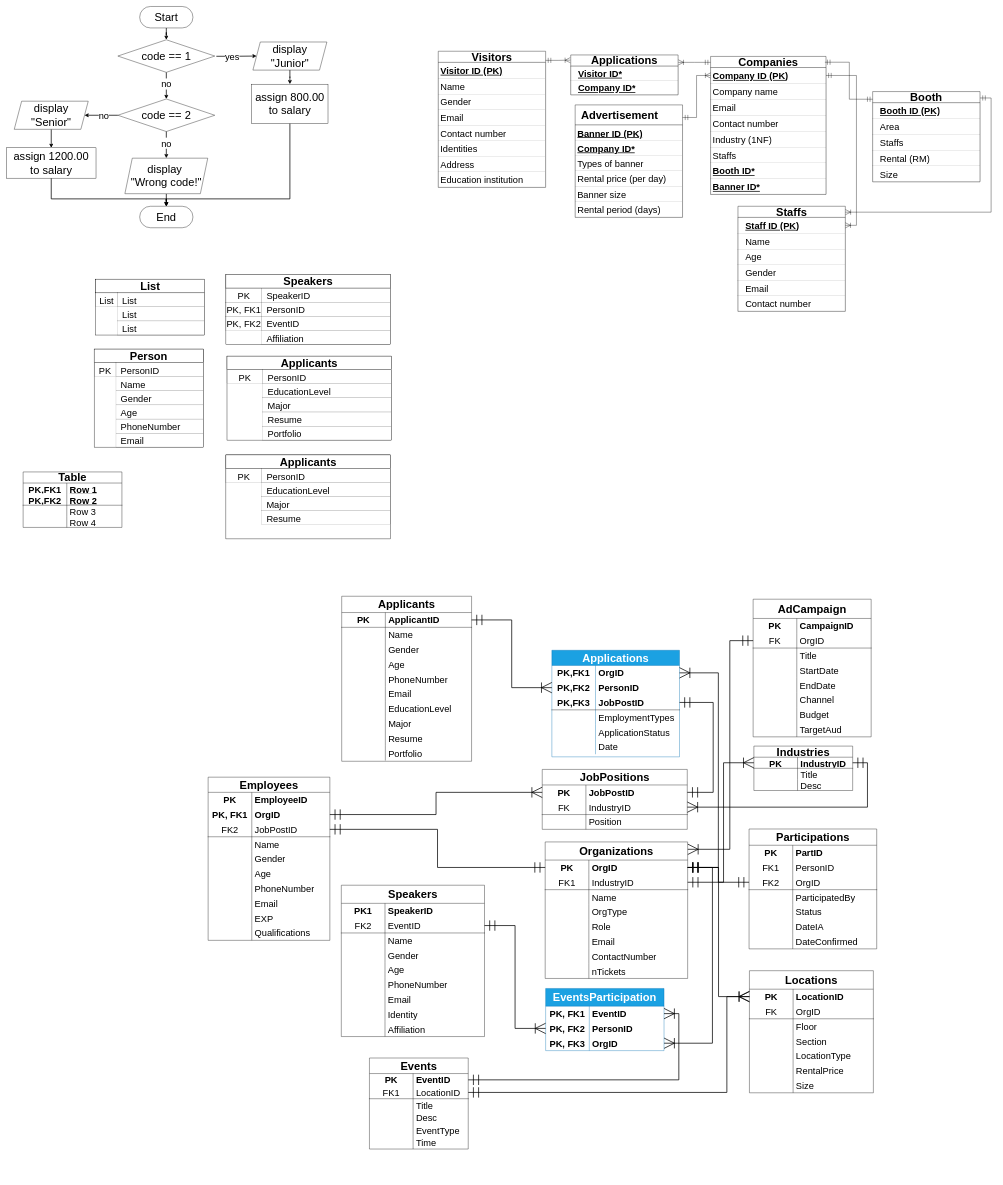
Above: ERD BMCS1053 asg.drawio in twelve0dev9/BMCS1053-asg (draw.io), before the change. Source tidied: cells renumbered, new cells numbered last; positions are measured from the earlier drawing's top-left corner, leaving out a move shared by most shapes. Both pictures are drawn from the tidied source at 37%, with x=0, y=0 at pixel (6, 6).
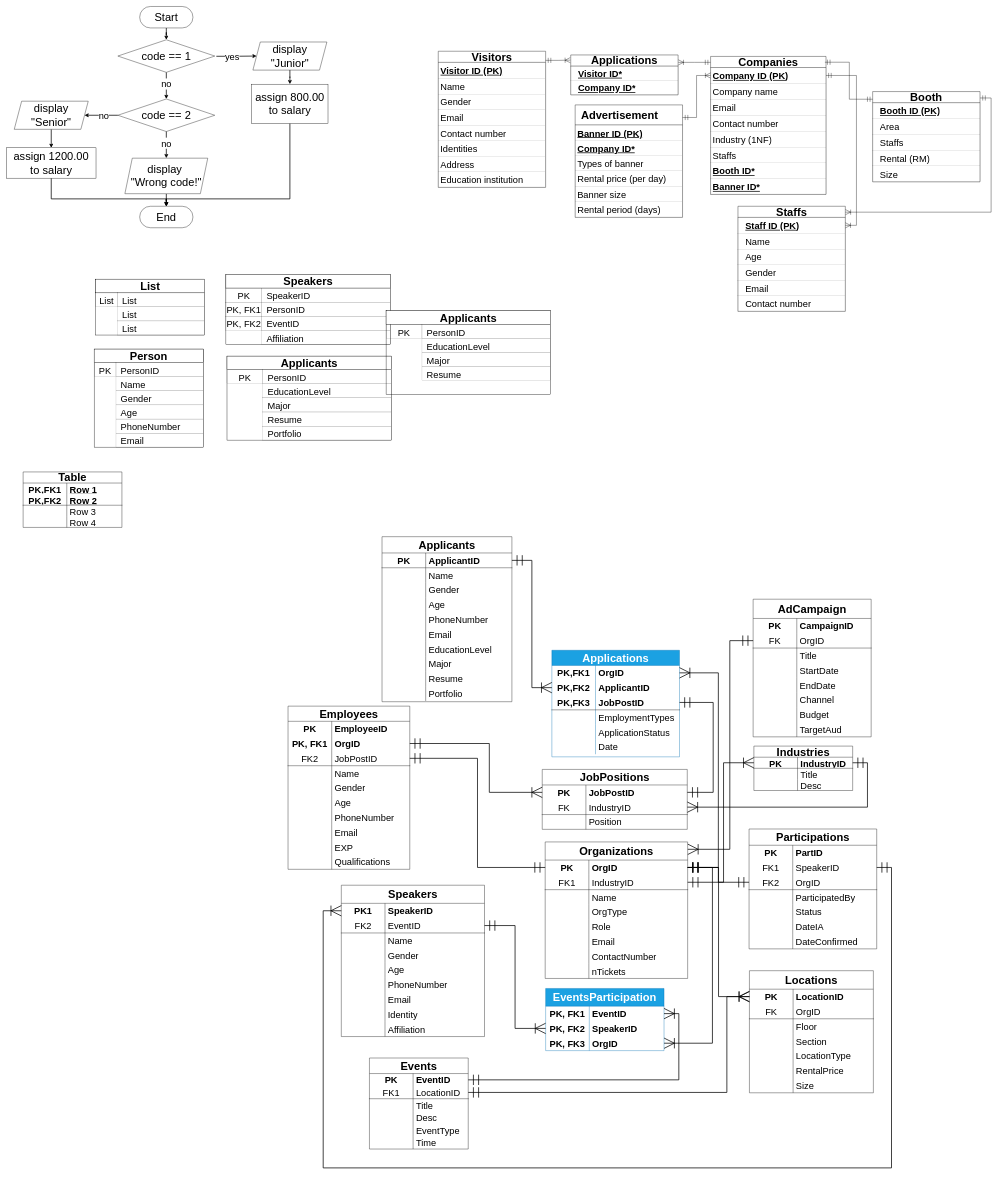
After the change.

Commit message (it also covers changes not shown here):
ERD update | SQL script update for the new entities setup

The change refers to these unchanged cells:
```xml
<mxCell id="115" style="shape=tableRow;horizontal=0;startSize=0;swimlaneHead=0;swimlaneBody=0;fillColor=none;points=[[0,0.5],[1,0.5]];portConstraint=eastwest;top=0;left=0;right=0;bottom=0;html=1;fontSize=30;" parent="114" vertex="1">
  <mxGeometry y="49" width="387" height="40" as="geometry" />
</mxCell>
<mxCell id="190" style="shape=tableRow;horizontal=0;startSize=0;swimlaneHead=0;swimlaneBody=0;fillColor=none;points=[[0,0.5],[1,0.5]];portConstraint=eastwest;top=0;left=0;right=0;bottom=0;html=1;fontSize=30;fontStyle=0;" parent="186" vertex="1">
  <mxGeometry y="81" width="329" height="40" as="geometry" />
</mxCell>
<mxCell id="231" style="shape=tableRow;horizontal=0;startSize=0;swimlaneHead=0;swimlaneBody=0;fillColor=none;points=[[0,0.5],[1,0.5]];portConstraint=eastwest;top=0;left=0;right=0;bottom=0;html=1;fontSize=30;fontStyle=0;" parent="227" vertex="1">
  <mxGeometry y="81" width="345" height="40" as="geometry" />
</mxCell>
<mxCell id="250" style="shape=tableRow;horizontal=0;startSize=0;swimlaneHead=0;swimlaneBody=0;fillColor=none;points=[[0,0.5],[1,0.5]];portConstraint=eastwest;top=0;left=0;right=0;bottom=0;html=1;fontSize=30;fontStyle=0;" parent="246" vertex="1">
  <mxGeometry y="84" width="345" height="40" as="geometry" />
</mxCell>
<mxCell id="344" style="shape=tableRow;horizontal=0;startSize=0;swimlaneHead=0;swimlaneBody=0;fillColor=none;points=[[0,0.5],[1,0.5]];portConstraint=eastwest;top=0;left=0;right=0;bottom=0;html=1;fontSize=30;" parent="343" vertex="1">
  <mxGeometry y="42" width="392" height="40" as="geometry" />
</mxCell>
<mxCell id="384" style="shape=tableRow;horizontal=0;startSize=0;swimlaneHead=0;swimlaneBody=0;fillColor=none;points=[[0,0.5],[1,0.5]];portConstraint=eastwest;top=0;left=0;right=0;bottom=0;html=1;fontSize=30;" parent="380" vertex="1">
  <mxGeometry y="88" width="320" height="40" as="geometry" />
</mxCell>
```

What changed in the source:
```diff
@@
     <mxCell id="106" style="group;" parent="1" vertex="1">
-      <mxGeometry x="593" y="1212" width="445" height="227" as="geometry" />
+      <mxGeometry x="1026" y="822" width="445" height="227" as="geometry" />
     </mxCell>
@@
     <mxCell id="155" value="Applicants" style="shape=table;startSize=44;childLayout=tableLayout;rowLines=0;fontStyle=1;align=center;html=1;whiteSpace=wrap;fontSize=30;" parent="1" vertex="1">
-      <mxGeometry x="906" y="1594" width="351" height="446" as="geometry" />
+      <mxGeometry x="1015" y="1433" width="351" height="446" as="geometry" />
     </mxCell>
@@
     <mxCell id="186" value="Employees" style="shape=table;startSize=41;childLayout=tableLayout;rowLines=0;fontStyle=1;align=center;html=1;whiteSpace=wrap;fontSize=30;" parent="1" vertex="1">
-      <mxGeometry x="545" y="2083" width="329" height="441" as="geometry" />
+      <mxGeometry x="761" y="1891" width="329" height="441" as="geometry" />
     </mxCell>
@@
-    <mxCell id="233" value="&lt;span style=&quot;&quot;&gt;PersonID&lt;/span&gt;" style="shape=partialRectangle;fillColor=none;top=0;left=0;bottom=0;right=0;align=left;spacingLeft=6;fontStyle=1;overflow=hidden;html=1;whiteSpace=wrap;fontSize=25;" parent="231" vertex="1">
+    <mxCell id="233" value="&lt;span style=&quot;&quot;&gt;ApplicantID&lt;/span&gt;" style="shape=partialRectangle;fillColor=none;top=0;left=0;bottom=0;right=0;align=left;spacingLeft=6;fontStyle=1;overflow=hidden;html=1;whiteSpace=wrap;fontSize=25;" parent="231" vertex="1">
       <mxGeometry x="118" width="227" height="40" as="geometry" />
     </mxCell>
@@
-    <mxCell id="252" value="PersonID" style="shape=partialRectangle;fillColor=none;top=0;left=0;bottom=0;right=0;align=left;spacingLeft=6;fontStyle=0;overflow=hidden;html=1;whiteSpace=wrap;fontSize=25;" parent="250" vertex="1">
+    <mxCell id="252" value="SpeakerID" style="shape=partialRectangle;fillColor=none;top=0;left=0;bottom=0;right=0;align=left;spacingLeft=6;fontStyle=0;overflow=hidden;html=1;whiteSpace=wrap;fontSize=25;" parent="250" vertex="1">
       <mxGeometry x="118" width="227" height="40" as="geometry" />
     </mxCell>
@@
     <mxCell id="310" style="edgeStyle=orthogonalEdgeStyle;shape=connector;rounded=0;jettySize=auto;html=1;strokeColor=default;align=center;verticalAlign=middle;fontFamily=Helvetica;fontSize=11;fontColor=default;labelBackgroundColor=default;startArrow=ERoneToMany;startFill=0;startSize=25;endArrow=ERmandOne;endFill=0;endSize=25;strokeWidth=2;" parent="1" edge="1" source="344" target="190">
-      <mxGeometry relative="1" as="geometry" />
+      <mxGeometry relative="1" as="geometry">
+        <Array as="points">
+          <mxPoint x="1305" y="2124" />
+          <mxPoint x="1305" y="1992" />
+        </Array>
+      </mxGeometry>
     </mxCell>
@@
-    <mxCell id="386" value="PersonID" style="shape=partialRectangle;fillColor=none;top=0;left=0;bottom=0;right=0;align=left;spacingLeft=6;fontStyle=1;overflow=hidden;html=1;whiteSpace=wrap;fontSize=25;" parent="384" vertex="1">
+    <mxCell id="386" value="SpeakerID" style="shape=partialRectangle;fillColor=none;top=0;left=0;bottom=0;right=0;align=left;spacingLeft=6;fontStyle=1;overflow=hidden;html=1;whiteSpace=wrap;fontSize=25;" parent="384" vertex="1">
       <mxGeometry x="118" width="202" height="40" as="geometry" />
     </mxCell>
@@
+    <mxCell id="393" style="edgeStyle=orthogonalEdgeStyle;shape=connector;rounded=0;jettySize=auto;html=1;entryX=1;entryY=0.5;entryDx=0;entryDy=0;strokeColor=default;strokeWidth=2;align=center;verticalAlign=middle;fontFamily=Helvetica;fontSize=11;fontColor=default;labelBackgroundColor=default;startArrow=ERoneToMany;startFill=0;startSize=25;endArrow=ERmandOne;endFill=0;endSize=25;" parent="1" edge="1" source="115" target="250">
+      <mxGeometry relative="1" as="geometry">
+        <Array as="points">
+          <mxPoint x="856" y="2444" />
+          <mxPoint x="856" y="3139" />
+          <mxPoint x="2392" y="3139" />
+          <mxPoint x="2392" y="2327" />
+        </Array>
+      </mxGeometry>
+    </mxCell>
```
